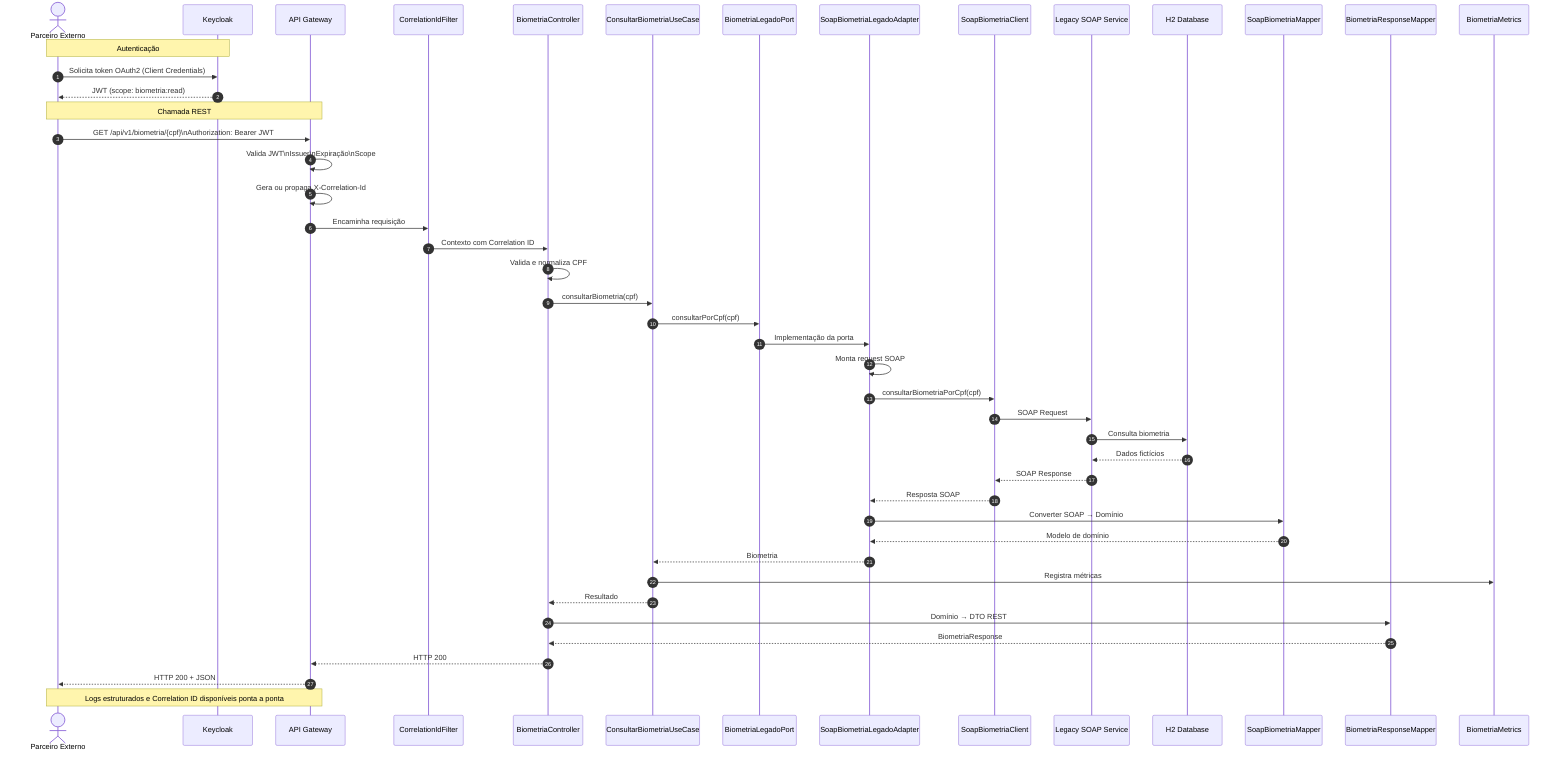
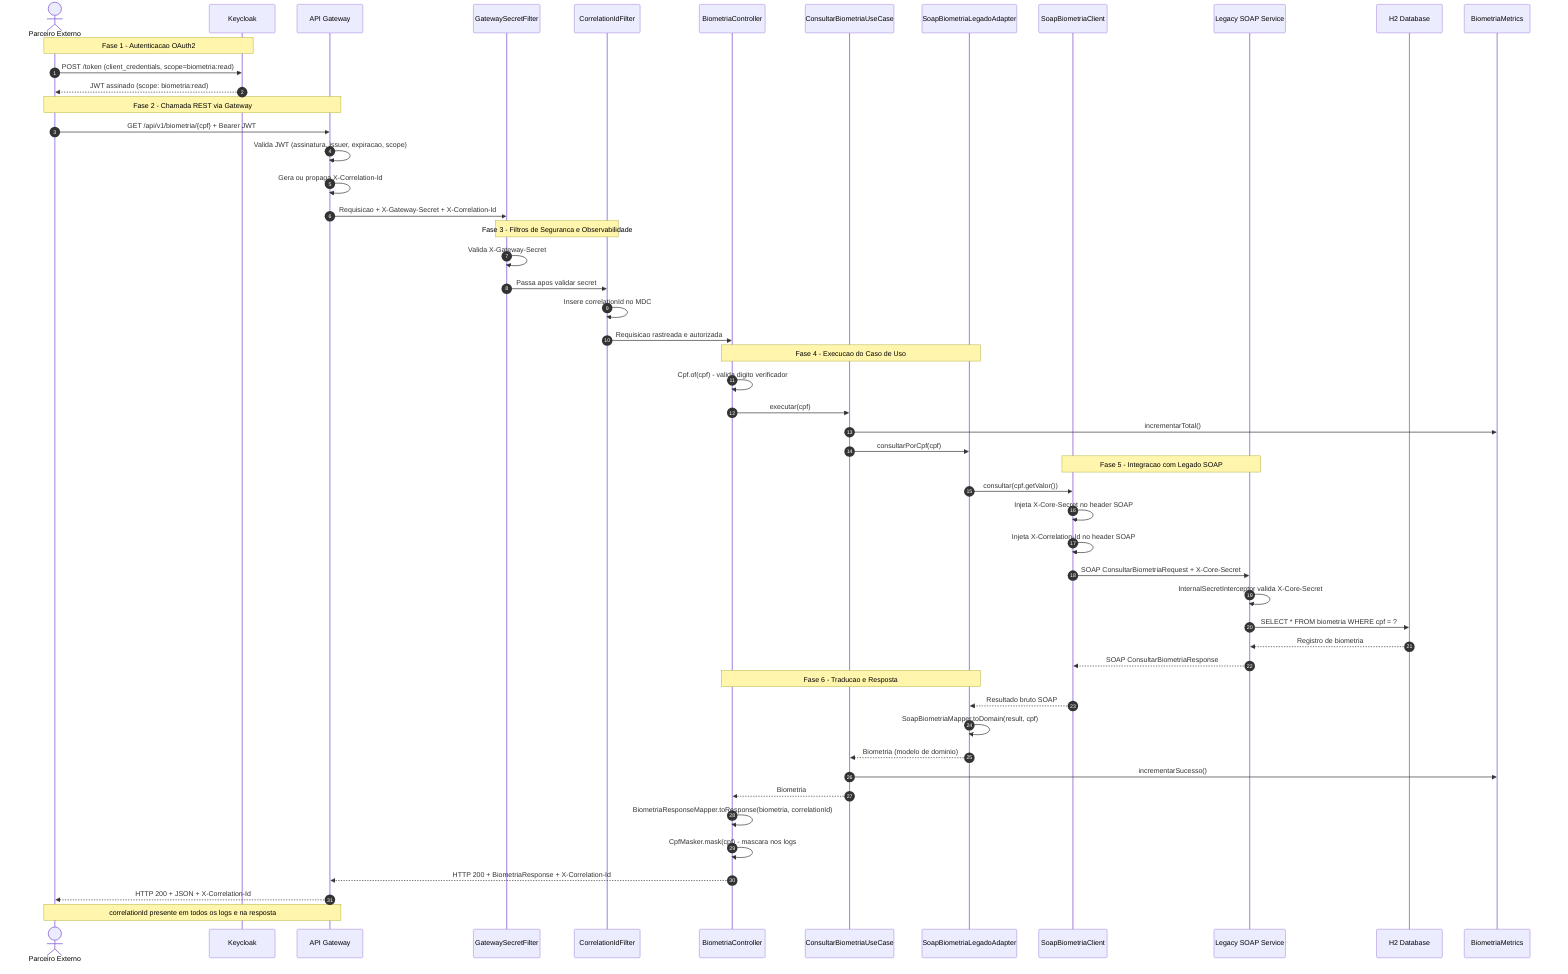
- %% Sequence Diagram - Fluxo Feliz
- %% Projeto: POC Vivo – Integração Arquitetural
- %% Artefato: consultar-biometria-fluxo-feliz.mmd
- %% Versão: 1.0
+ %% Sequence Diagram - Fluxo Feliz - Consulta de Biometria
+ %% POC Vivo - Integracao Arquitetural
+ %% Versao: 1.1 - Atualizado com X-Gateway-Secret, X-Core-Secret e GatewaySecretFilter

sequenceDiagram
    autonumber

-     actor Partner as Parceiro Externo
+     actor Parceiro as Parceiro Externo
    participant Keycloak
    participant Gateway as API Gateway
-     participant Corr as CorrelationIdFilter
+     participant GwFilter as GatewaySecretFilter
+     participant CorrFilter as CorrelationIdFilter
    participant Controller as BiometriaController
    participant UseCase as ConsultarBiometriaUseCase
-     participant Port as BiometriaLegadoPort
    participant Adapter as SoapBiometriaLegadoAdapter
    participant SoapClient as SoapBiometriaClient
    participant Legacy as Legacy SOAP Service
    participant H2 as H2 Database
-     participant SoapMapper as SoapBiometriaMapper
-     participant ResponseMapper as BiometriaResponseMapper
    participant Metrics as BiometriaMetrics

-     Note over Partner,Keycloak: Autenticação
+     Note over Parceiro,Keycloak: Fase 1 - Autenticacao OAuth2

-     Partner->>Keycloak: Solicita token OAuth2 (Client Credentials)
-     Keycloak-->>Partner: JWT (scope: biometria:read)
+     Parceiro->>Keycloak: POST /token (client_credentials, scope=biometria:read)
+     Keycloak-->>Parceiro: JWT assinado (scope: biometria:read)

-     Note over Partner,Gateway: Chamada REST
+     Note over Parceiro,Gateway: Fase 2 - Chamada REST via Gateway

-     Partner->>Gateway: GET /api/v1/biometria/{cpf}\nAuthorization: Bearer JWT
-     Gateway->>Gateway: Valida JWT\nIssuer\nExpiração\nScope
+     Parceiro->>Gateway: GET /api/v1/biometria/{cpf} + Bearer JWT
+     Gateway->>Gateway: Valida JWT (assinatura, issuer, expiracao, scope)
    Gateway->>Gateway: Gera ou propaga X-Correlation-Id
+     Gateway->>GwFilter: Requisicao + X-Gateway-Secret + X-Correlation-Id

-     Gateway->>Corr: Encaminha requisição
-     Corr->>Controller: Contexto com Correlation ID
+     Note over GwFilter,CorrFilter: Fase 3 - Filtros de Seguranca e Observabilidade

-     Controller->>Controller: Valida e normaliza CPF
-     Controller->>UseCase: consultarBiometria(cpf)
+     GwFilter->>GwFilter: Valida X-Gateway-Secret
+     GwFilter->>CorrFilter: Passa apos validar secret
+     CorrFilter->>CorrFilter: Insere correlationId no MDC
+     CorrFilter->>Controller: Requisicao rastreada e autorizada

-     UseCase->>Port: consultarPorCpf(cpf)
-     Port->>Adapter: Implementação da porta
+     Note over Controller,Adapter: Fase 4 - Execucao do Caso de Uso

-     Adapter->>Adapter: Monta request SOAP
-     Adapter->>SoapClient: consultarBiometriaPorCpf(cpf)
+     Controller->>Controller: Cpf.of(cpf) - valida digito verificador
+     Controller->>UseCase: executar(cpf)
+     UseCase->>Metrics: incrementarTotal()
+     UseCase->>Adapter: consultarPorCpf(cpf)

-     SoapClient->>Legacy: SOAP Request
-     Legacy->>H2: Consulta biometria
-     H2-->>Legacy: Dados fictícios
-     Legacy-->>SoapClient: SOAP Response
+     Note over SoapClient,Legacy: Fase 5 - Integracao com Legado SOAP

-     SoapClient-->>Adapter: Resposta SOAP
-     Adapter->>SoapMapper: Converter SOAP → Domínio
-     SoapMapper-->>Adapter: Modelo de domínio
+     Adapter->>SoapClient: consultar(cpf.getValor())
+     SoapClient->>SoapClient: Injeta X-Core-Secret no header SOAP
+     SoapClient->>SoapClient: Injeta X-Correlation-Id no header SOAP
+     SoapClient->>Legacy: SOAP ConsultarBiometriaRequest + X-Core-Secret
+     Legacy->>Legacy: InternalSecretInterceptor valida X-Core-Secret
+     Legacy->>H2: SELECT * FROM biometria WHERE cpf = ?
+     H2-->>Legacy: Registro de biometria
+     Legacy-->>SoapClient: SOAP ConsultarBiometriaResponse

-     Adapter-->>UseCase: Biometria
-     UseCase->>Metrics: Registra métricas
-     UseCase-->>Controller: Resultado
+     Note over Adapter,Controller: Fase 6 - Traducao e Resposta

-     Controller->>ResponseMapper: Domínio → DTO REST
-     ResponseMapper-->>Controller: BiometriaResponse
+     SoapClient-->>Adapter: Resultado bruto SOAP
+     Adapter->>Adapter: SoapBiometriaMapper.toDomain(result, cpf)
+     Adapter-->>UseCase: Biometria (modelo de dominio)
+     UseCase->>Metrics: incrementarSucesso()
+     UseCase-->>Controller: Biometria

-     Controller-->>Gateway: HTTP 200
-     Gateway-->>Partner: HTTP 200 + JSON
+     Controller->>Controller: BiometriaResponseMapper.toResponse(biometria, correlationId)
+     Controller->>Controller: CpfMasker.mask(cpf) - mascara nos logs
+     Controller-->>Gateway: HTTP 200 + BiometriaResponse + X-Correlation-Id
+     Gateway-->>Parceiro: HTTP 200 + JSON + X-Correlation-Id

-     Note over Gateway,Partner: Logs estruturados e Correlation ID disponíveis ponta a ponta
+     Note over Gateway,Parceiro: correlationId presente em todos os logs e na resposta
